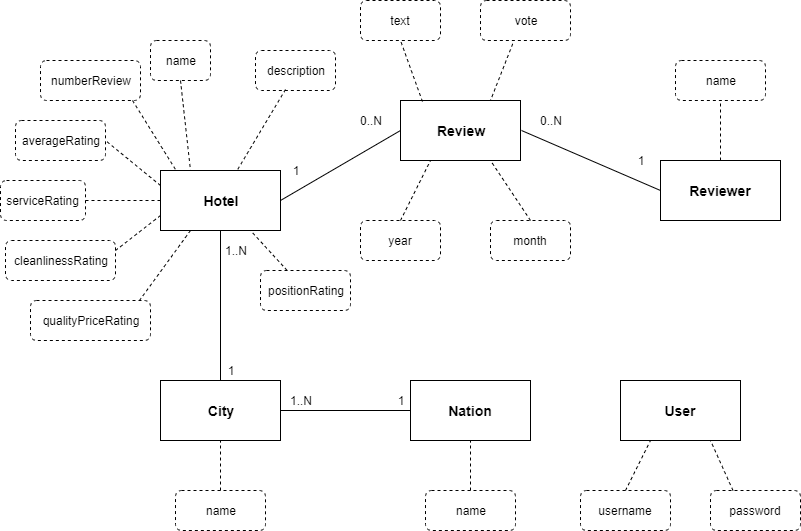
This is img/UML_Analysis_Classes.png from MatteoDJon/Task2LSMDB, a draw.io export, as it was before one commit. Source tidied: cells renumbered, new cells last; positions are measured from the earlier drawing's top-left corner, leaving out a move shared by most shapes.
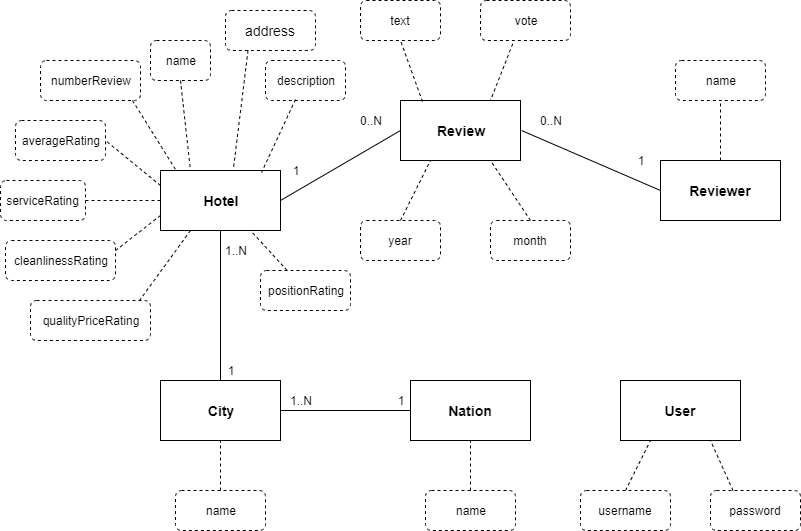
Later version of the same file.

The edit, as a diff of the source:
```diff
@@ -18,7 +18,7 @@
       <mxGeometry x="15" y="120" width="90" height="40" as="geometry" />
     </mxCell>
     <mxCell id="7" value="description" style="rounded=1;whiteSpace=wrap;html=1;dashed=1;" parent="1" vertex="1">
-      <mxGeometry x="255" y="50" width="80" height="40" as="geometry" />
+      <mxGeometry x="265" y="60" width="80" height="40" as="geometry" />
     </mxCell>
     <mxCell id="8" value="serviceRating" style="rounded=1;whiteSpace=wrap;html=1;dashed=1;" parent="1" vertex="1">
       <mxGeometry y="180" width="85" height="40" as="geometry" />
@@ -41,7 +41,7 @@
     <mxCell id="14" style="endArrow=none;dashed=1;html=1;entryX=0.125;entryY=-0.017;entryDx=0;entryDy=0;entryPerimeter=0;exitX=0.92;exitY=1;exitDx=0;exitDy=0;exitPerimeter=0;" parent="1" edge="1" source="5" target="2">
       <mxGeometry relative="1" as="geometry" />
     </mxCell>
-    <mxCell id="15" style="endArrow=none;dashed=1;html=1;entryX=0.633;entryY=0.017;entryDx=0;entryDy=0;exitX=0.375;exitY=0.975;exitDx=0;exitDy=0;entryPerimeter=0;exitPerimeter=0;" parent="1" edge="1" source="7" target="2">
+    <mxCell id="15" style="endArrow=none;dashed=1;html=1;entryX=0.842;entryY=0.033;entryDx=0;entryDy=0;exitX=0.375;exitY=0.975;exitDx=0;exitDy=0;entryPerimeter=0;exitPerimeter=0;" parent="1" edge="1" source="7" target="2">
       <mxGeometry relative="1" as="geometry" />
     </mxCell>
     <mxCell id="16" style="endArrow=none;dashed=1;html=1;entryX=1;entryY=0.5;entryDx=0;entryDy=0;exitX=0;exitY=0.25;exitDx=0;exitDy=0;" parent="1" edge="1" source="2" target="6">
@@ -160,5 +160,11 @@
     <mxCell id="53" style="endArrow=none;dashed=1;html=1;entryX=0.75;entryY=1;entryDx=0;entryDy=0;exitX=0.25;exitY=0;exitDx=0;exitDy=0;" parent="1" edge="1" source="51" target="49">
       <mxGeometry relative="1" as="geometry" />
     </mxCell>
+    <mxCell id="54" value="address" style="rounded=1;whiteSpace=wrap;html=1;dashed=1;strokeWidth=1;fontSize=14;" parent="1" vertex="1">
+      <mxGeometry x="225" y="10" width="90" height="40" as="geometry" />
+    </mxCell>
+    <mxCell id="55" style="endArrow=none;dashed=1;html=1;fontSize=14;entryX=0.608;entryY=-0.033;entryDx=0;entryDy=0;entryPerimeter=0;exitX=0.25;exitY=1;exitDx=0;exitDy=0;" parent="1" edge="1" source="54" target="2">
+      <mxGeometry relative="1" as="geometry" />
+    </mxCell>
   </root>
 </mxGraphModel>
```
